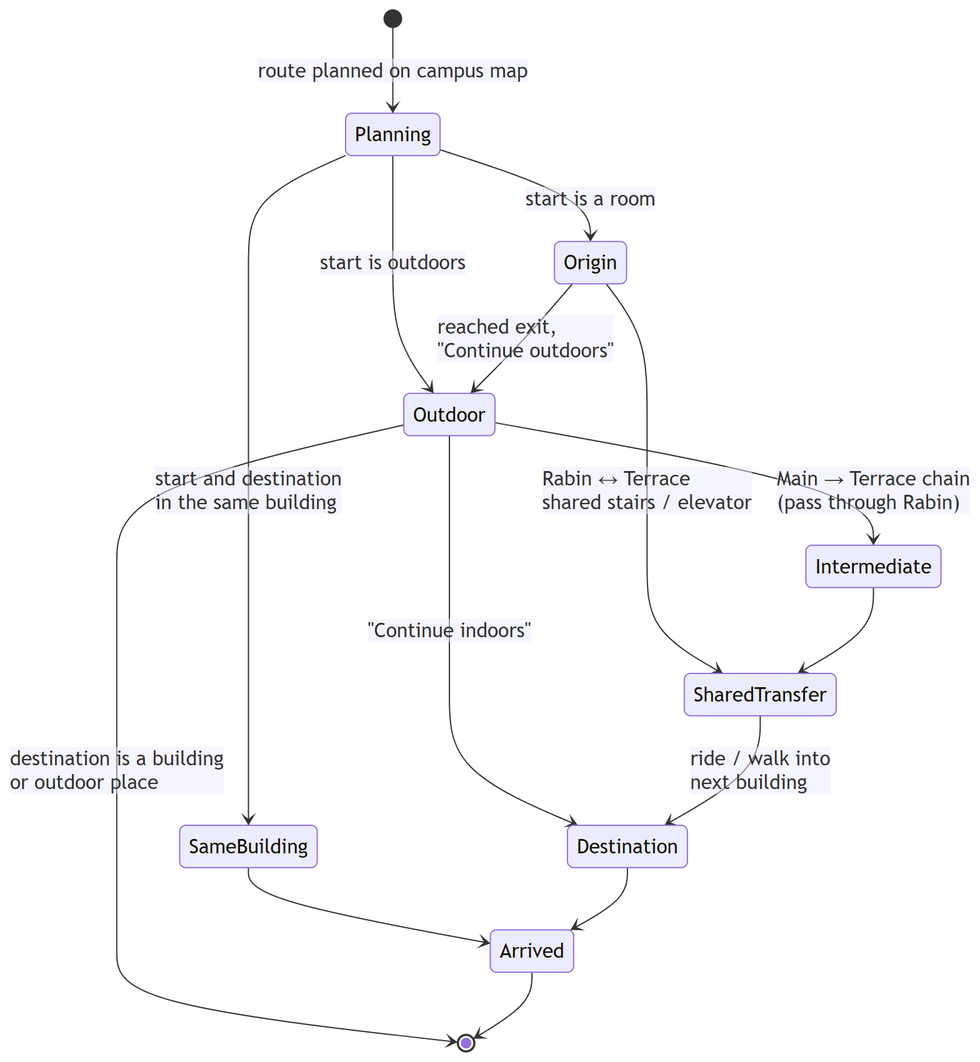
Before: docs/diagrams/05-journey-stages.png, a diagram exported from Mermaid (hadeel-hamodi/CampusWay). Its source is kept beside it as docs/diagrams/05-journey-stages.mmd.
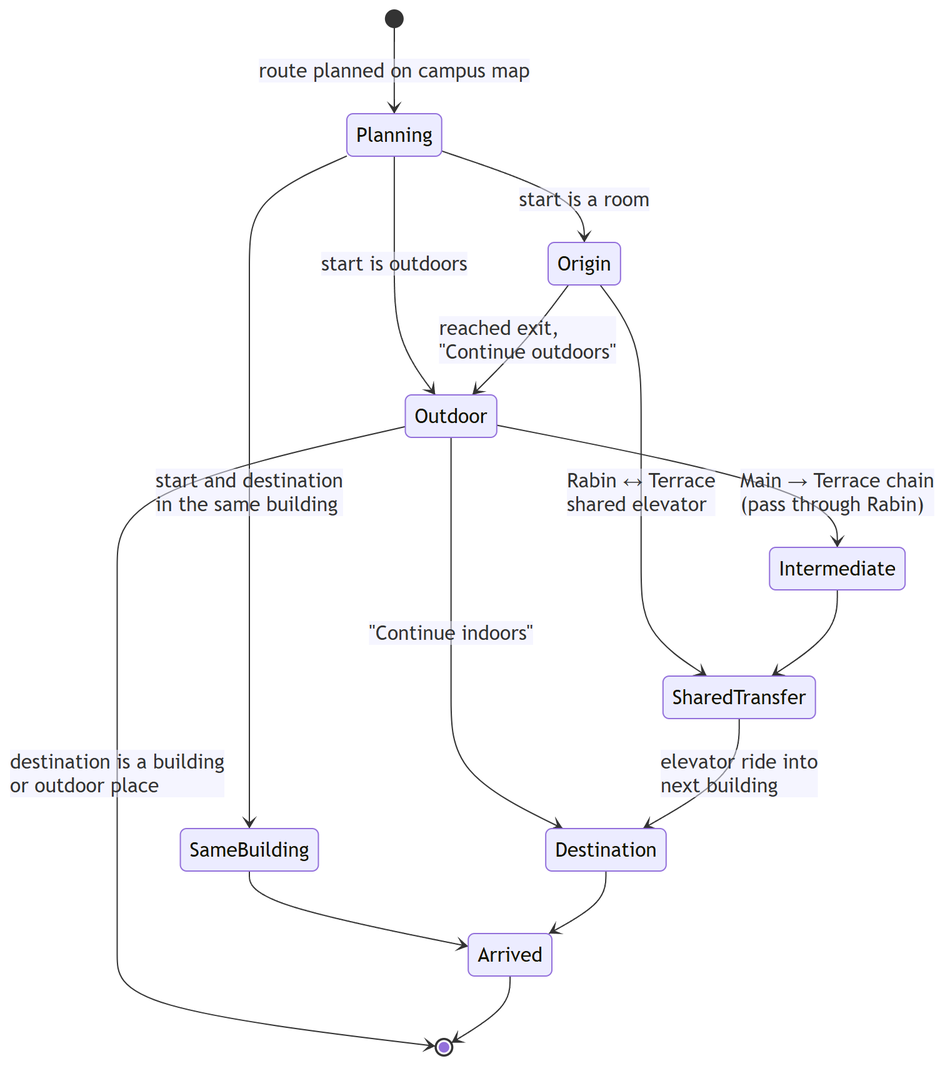
Later version of the same file.

Diff of the diagram source:
```diff
@@ -6,14 +6,14 @@
     Planning --> Outdoor: start is outdoors
 
     Origin --> Outdoor: reached exit,<br/>"Continue outdoors"
-    Origin --> SharedTransfer: Rabin ↔ Terrace<br/>shared stairs / elevator
+    Origin --> SharedTransfer: Rabin ↔ Terrace<br/>shared elevator
 
     Outdoor --> Intermediate: Main → Terrace chain<br/>(pass through Rabin)
     Outdoor --> Destination: "Continue indoors"
     Outdoor --> [*]: destination is a building<br/>or outdoor place
 
     Intermediate --> SharedTransfer
-    SharedTransfer --> Destination: ride / walk into<br/>next building
+    SharedTransfer --> Destination: elevator ride into<br/>next building
 
     SameBuilding --> Arrived
     Destination --> Arrived
```
